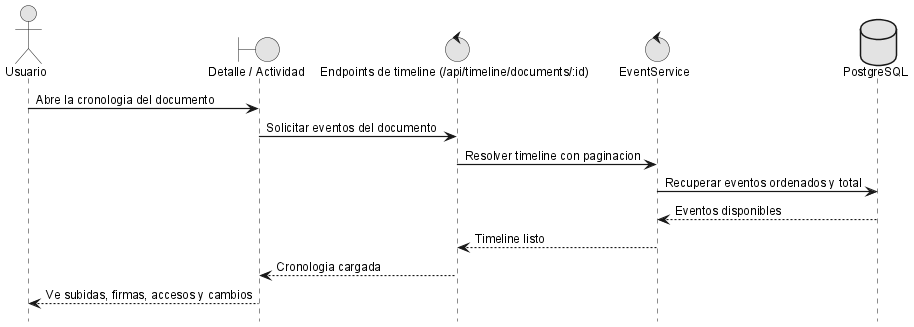
This is anexos/diagramas/seq-timeline.png from ErDeivih/DocumentChain, a PlantUML export, as it was before one commit. Its diagram source:
```plantuml
@startuml
!include _sequence-style.puml
actor Usuario as user
boundary "Detalle / Actividad" as ui
control "Endpoints de timeline (/api/timeline/documents/:id)" as api
control "EventService" as srv
database "PostgreSQL" as db

user -> ui: Abre la cronologia del documento
ui -> api: Solicitar eventos del documento
api -> srv: Resolver timeline con paginacion
srv -> db: Recuperar eventos ordenados y total
db --> srv: Eventos disponibles
srv --> api: Timeline listo
api --> ui: Cronologia cargada
ui --> user: Ve subidas, firmas, accesos y cambios

@enduml
```
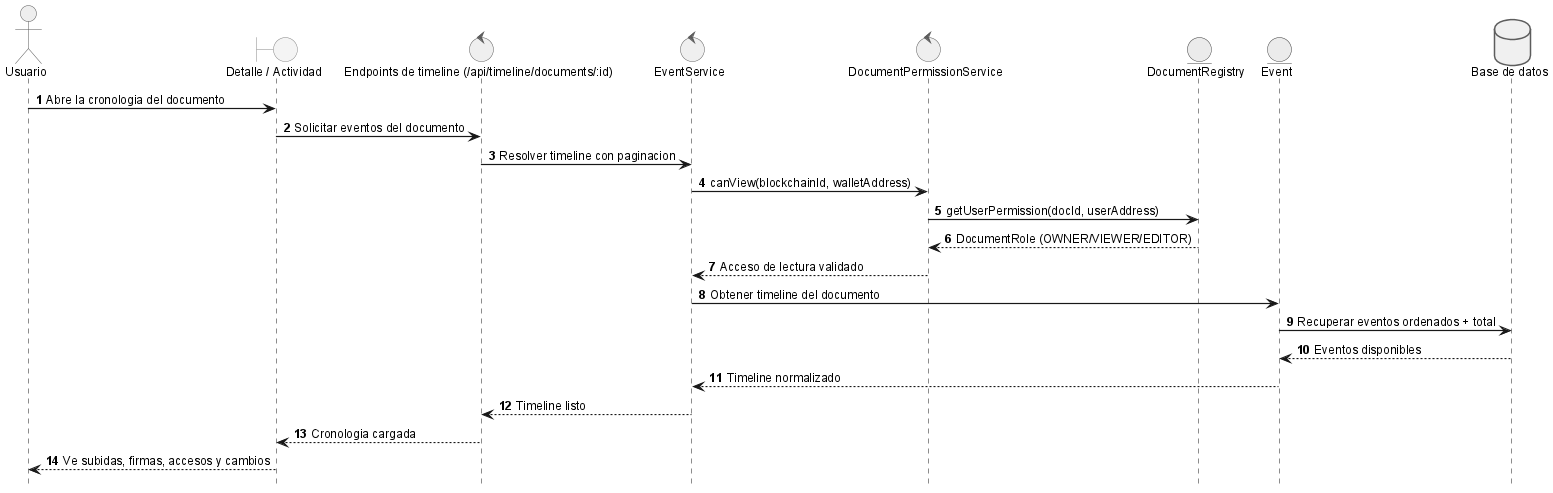
Above is the later version.

Change to the diagram source:
```diff
@@ -4,13 +4,22 @@
 boundary "Detalle / Actividad" as ui
 control "Endpoints de timeline (/api/timeline/documents/:id)" as api
 control "EventService" as srv
-database "PostgreSQL" as db
+control "DocumentPermissionService" as perm
+entity "DocumentRegistry" as sc
+entity "Event" as evt
+database "Base de datos" as db
 
 user -> ui: Abre la cronologia del documento
 ui -> api: Solicitar eventos del documento
 api -> srv: Resolver timeline con paginacion
-srv -> db: Recuperar eventos ordenados y total
-db --> srv: Eventos disponibles
+srv -> perm: canView(blockchainId, walletAddress)
+perm -> sc: getUserPermission(docId, userAddress)
+sc --> perm: DocumentRole (OWNER/VIEWER/EDITOR)
+perm --> srv: Acceso de lectura validado
+srv -> evt: Obtener timeline del documento
+evt -> db: Recuperar eventos ordenados + total
+db --> evt: Eventos disponibles
+evt --> srv: Timeline normalizado
 srv --> api: Timeline listo
 api --> ui: Cronologia cargada
 ui --> user: Ve subidas, firmas, accesos y cambios
```
